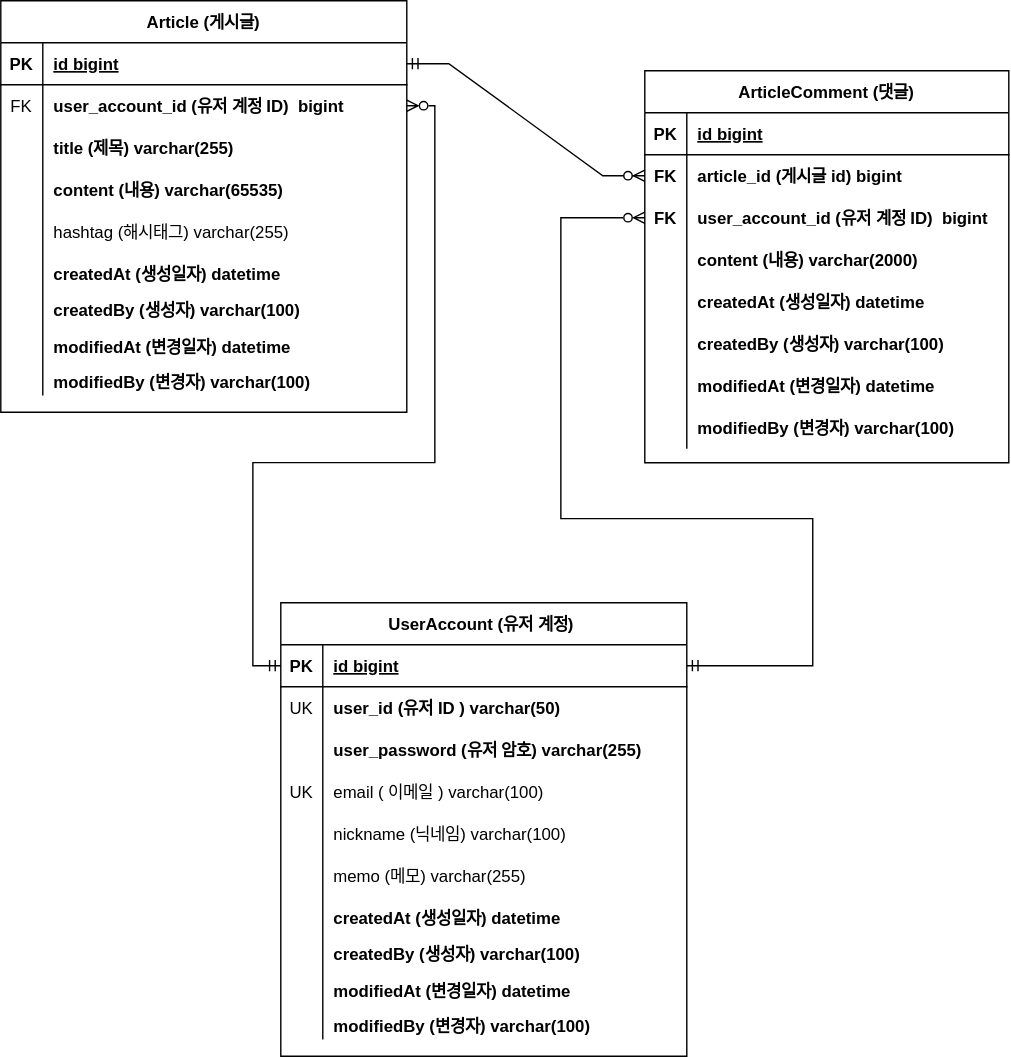
Before: document/project-board-erd.svg, a diagram exported from draw.io (TwOneZero/fastcampus-project-board). Source tidied: cells renumbered, new cells last; positions are measured from the earlier drawing's top-left corner, leaving out a move shared by most shapes.
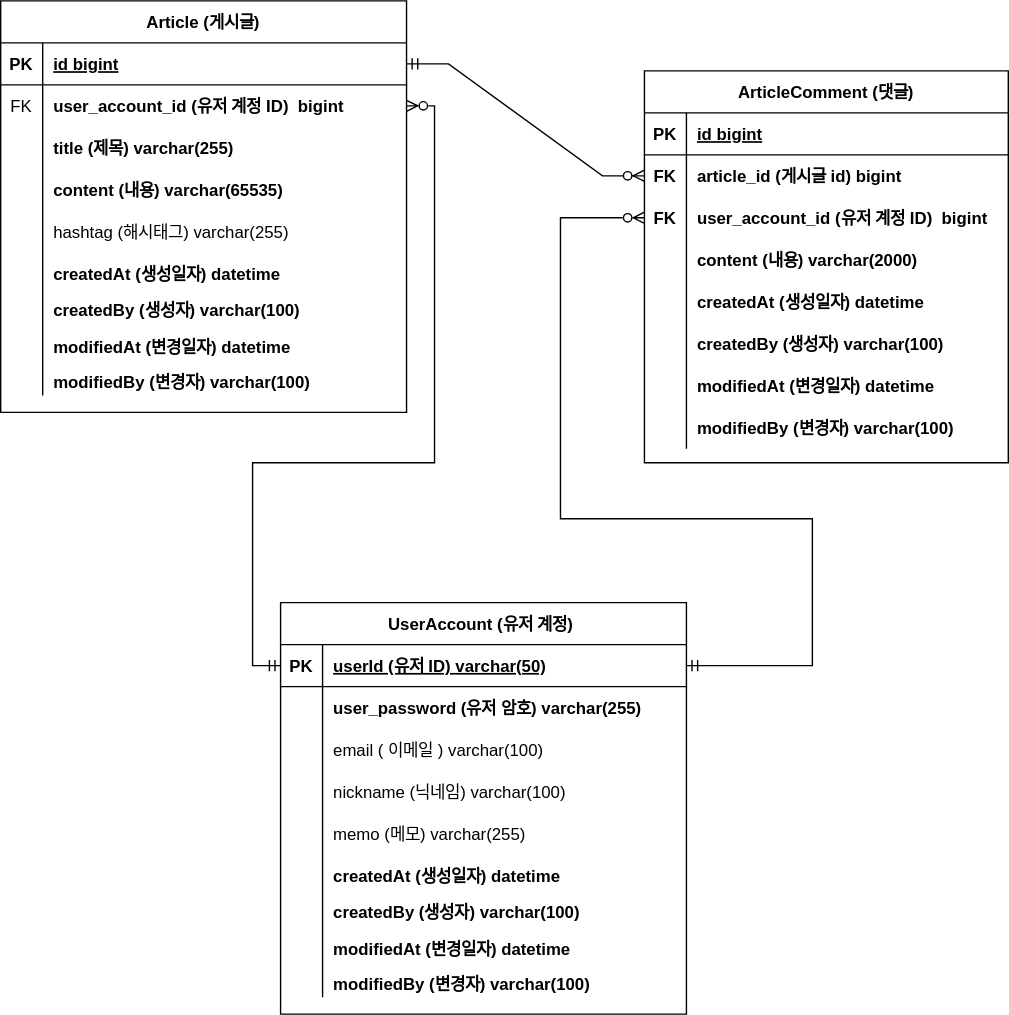
After the commit.

Commit message:
#42 - ERD 문서 수정: 회원 계정 user_id 를 PK 로 변경

Diff of the diagram source:
```diff
@@ -165,7 +165,7 @@
       <mxGeometry relative="1" as="geometry" />
     </mxCell>
     <mxCell id="56" value="UserAccount (유저 계정) " style="shape=table;startSize=30;rowLines=0;fontStyle=1;align=center;" parent="1" vertex="1">
-      <mxGeometry x="200" y="430" width="290" height="324" as="geometry" />
+      <mxGeometry x="200" y="430" width="290" height="294" as="geometry" />
     </mxCell>
     <mxCell id="57" style="shape=partialRectangle;fillColor=none;points=[[0,0.5],[1,0.5]];portConstraint=eastwest;top=0;left=0;right=0;bottom=1;" parent="56" vertex="1">
       <mxGeometry y="30" width="290" height="30" as="geometry" />
@@ -173,20 +173,11 @@
     <mxCell id="58" value="PK" style="shape=partialRectangle;overflow=hidden;fillColor=none;top=0;left=0;bottom=0;right=0;fontStyle=1;" parent="57" vertex="1">
       <mxGeometry width="30" height="30" as="geometry" />
     </mxCell>
-    <mxCell id="59" value="id bigint" style="shape=partialRectangle;overflow=hidden;fillColor=none;top=0;left=0;bottom=0;right=0;align=left;spacingLeft=6;fontStyle=5;" parent="57" vertex="1">
+    <mxCell id="59" value="userId (유저 ID) varchar(50)" style="shape=partialRectangle;overflow=hidden;fillColor=none;top=0;left=0;bottom=0;right=0;align=left;spacingLeft=6;fontStyle=5;" parent="57" vertex="1">
       <mxGeometry x="30" width="260" height="30" as="geometry" />
     </mxCell>
-    <mxCell id="60" style="shape=partialRectangle;fillColor=none;top=0;left=0;right=0;bottom=0;" parent="56" vertex="1">
-      <mxGeometry y="60" width="290" height="30" as="geometry" />
-    </mxCell>
-    <mxCell id="61" value="UK" style="shape=partialRectangle;overflow=hidden;fillColor=none;top=0;left=0;bottom=0;right=0;" parent="60" vertex="1">
-      <mxGeometry width="30" height="30" as="geometry" />
-    </mxCell>
-    <mxCell id="62" value="user_id (유저 ID ) varchar(50)" style="shape=partialRectangle;overflow=hidden;fillColor=none;top=0;left=0;bottom=0;right=0;align=left;spacingLeft=6;fontStyle=1;" parent="60" vertex="1">
-      <mxGeometry x="30" width="260" height="30" as="geometry" />
-    </mxCell>
     <mxCell id="63" style="shape=partialRectangle;fillColor=none;top=0;left=0;right=0;bottom=0;" parent="56" vertex="1">
-      <mxGeometry y="90" width="290" height="30" as="geometry" />
+      <mxGeometry y="60" width="290" height="30" as="geometry" />
     </mxCell>
     <mxCell id="64" style="shape=partialRectangle;overflow=hidden;fillColor=none;top=0;left=0;bottom=0;right=0;" parent="63" vertex="1">
       <mxGeometry width="30" height="30" as="geometry" />
@@ -195,16 +186,16 @@
       <mxGeometry x="30" width="260" height="30" as="geometry" />
     </mxCell>
     <mxCell id="66" style="shape=partialRectangle;fillColor=none;top=0;left=0;right=0;bottom=0;" parent="56" vertex="1">
-      <mxGeometry y="120" width="290" height="30" as="geometry" />
+      <mxGeometry y="90" width="290" height="30" as="geometry" />
     </mxCell>
-    <mxCell id="67" value="UK" style="shape=partialRectangle;overflow=hidden;fillColor=none;top=0;left=0;bottom=0;right=0;" parent="66" vertex="1">
+    <mxCell id="67" style="shape=partialRectangle;overflow=hidden;fillColor=none;top=0;left=0;bottom=0;right=0;" parent="66" vertex="1">
       <mxGeometry width="30" height="30" as="geometry" />
     </mxCell>
     <mxCell id="68" value="email ( 이메일 ) varchar(100)" style="shape=partialRectangle;overflow=hidden;fillColor=none;top=0;left=0;bottom=0;right=0;align=left;spacingLeft=6;fontStyle=0;" parent="66" vertex="1">
       <mxGeometry x="30" width="260" height="30" as="geometry" />
     </mxCell>
     <mxCell id="69" style="shape=partialRectangle;fillColor=none;top=0;left=0;right=0;bottom=0;" parent="56" vertex="1">
-      <mxGeometry y="150" width="290" height="30" as="geometry" />
+      <mxGeometry y="120" width="290" height="30" as="geometry" />
     </mxCell>
     <mxCell id="70" value="  &#10;" style="shape=partialRectangle;overflow=hidden;fillColor=none;top=0;left=0;bottom=0;right=0;" parent="69" vertex="1">
       <mxGeometry width="30" height="30" as="geometry" />
@@ -213,7 +204,7 @@
       <mxGeometry x="30" width="260" height="30" as="geometry" />
     </mxCell>
     <mxCell id="72" style="shape=partialRectangle;fillColor=none;top=0;left=0;right=0;bottom=0;" parent="56" vertex="1">
-      <mxGeometry y="180" width="290" height="30" as="geometry" />
+      <mxGeometry y="150" width="290" height="30" as="geometry" />
     </mxCell>
     <mxCell id="73" style="shape=partialRectangle;overflow=hidden;fillColor=none;top=0;left=0;bottom=0;right=0;" parent="72" vertex="1">
       <mxGeometry width="30" height="30" as="geometry" />
@@ -222,7 +213,7 @@
       <mxGeometry x="30" width="260" height="30" as="geometry" />
     </mxCell>
     <mxCell id="75" style="shape=partialRectangle;fillColor=none;top=0;left=0;right=0;bottom=0;" parent="56" vertex="1">
-      <mxGeometry y="210" width="290" height="30" as="geometry" />
+      <mxGeometry y="180" width="290" height="30" as="geometry" />
     </mxCell>
     <mxCell id="76" value="  &#10;" style="shape=partialRectangle;overflow=hidden;fillColor=none;top=0;left=0;bottom=0;right=0;" parent="75" vertex="1">
       <mxGeometry width="30" height="30" as="geometry" />
@@ -231,7 +222,7 @@
       <mxGeometry x="30" width="260" height="30" as="geometry" />
     </mxCell>
     <mxCell id="78" style="shape=partialRectangle;fillColor=none;top=0;left=0;right=0;bottom=0;" parent="56" vertex="1">
-      <mxGeometry y="240" width="290" height="22" as="geometry" />
+      <mxGeometry y="210" width="290" height="22" as="geometry" />
     </mxCell>
     <mxCell id="79" style="shape=partialRectangle;overflow=hidden;fillColor=none;top=0;left=0;bottom=0;right=0;" parent="78" vertex="1">
       <mxGeometry width="30" height="22" as="geometry" />
@@ -240,7 +231,7 @@
       <mxGeometry x="30" width="260" height="22" as="geometry" />
     </mxCell>
     <mxCell id="81" style="shape=partialRectangle;fillColor=none;top=0;left=0;right=0;bottom=0;" parent="56" vertex="1">
-      <mxGeometry y="262" width="290" height="30" as="geometry" />
+      <mxGeometry y="232" width="290" height="30" as="geometry" />
     </mxCell>
     <mxCell id="82" style="shape=partialRectangle;overflow=hidden;fillColor=none;top=0;left=0;bottom=0;right=0;" parent="81" vertex="1">
       <mxGeometry width="30" height="30" as="geometry" />
@@ -249,7 +240,7 @@
       <mxGeometry x="30" width="260" height="30" as="geometry" />
     </mxCell>
     <mxCell id="84" style="shape=partialRectangle;fillColor=none;top=0;left=0;right=0;bottom=0;" parent="56" vertex="1">
-      <mxGeometry y="292" width="290" height="20" as="geometry" />
+      <mxGeometry y="262" width="290" height="20" as="geometry" />
     </mxCell>
     <mxCell id="85" style="shape=partialRectangle;overflow=hidden;fillColor=none;top=0;left=0;bottom=0;right=0;" parent="84" vertex="1">
       <mxGeometry width="30" height="20" as="geometry" />
```
